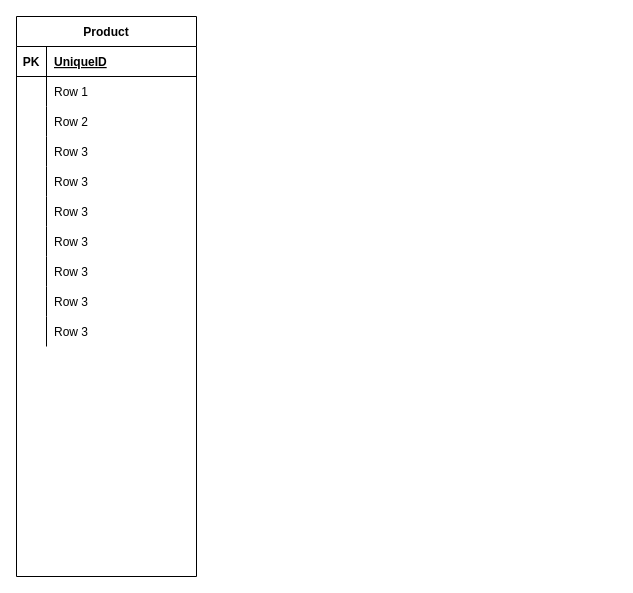
Before: modelededonnee.drawio in LeonardHehlen/pur_beurre_comparateur, a draw.io diagram. Source tidied: cells renumbered, new cells numbered last; positions are measured from the earlier drawing's top-left corner, leaving out a move shared by most shapes. Both pictures are drawn from the tidied source at 100%, with x=0, y=0 at pixel (16, 16).
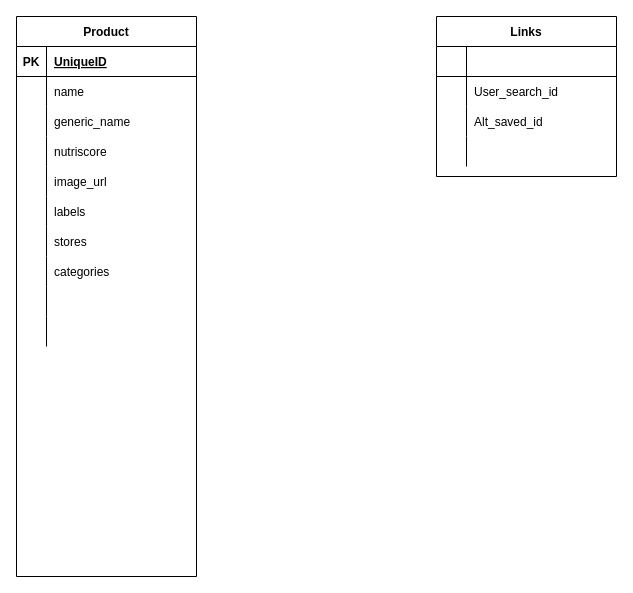
The same diagram, later.

The change refers to these unchanged cells:
```xml
<mxCell id="6" style="shape=partialRectangle;fillColor=none;top=0;left=0;bottom=0;right=0;" parent="2" vertex="1">
  <mxGeometry y="60" width="180" height="30" as="geometry" />
</mxCell>
<mxCell id="9" style="shape=partialRectangle;fillColor=none;top=0;left=0;bottom=0;right=0;" parent="2" vertex="1">
  <mxGeometry y="90" width="180" height="30" as="geometry" />
</mxCell>
<mxCell id="12" style="shape=partialRectangle;fillColor=none;top=0;left=0;bottom=0;right=0;" parent="2" vertex="1">
  <mxGeometry y="120" width="180" height="30" as="geometry" />
</mxCell>
<mxCell id="15" style="shape=partialRectangle;fillColor=none;top=0;left=0;bottom=0;right=0;" parent="2" vertex="1">
  <mxGeometry y="150" width="180" height="30" as="geometry" />
</mxCell>
<mxCell id="18" style="shape=partialRectangle;fillColor=none;top=0;left=0;bottom=0;right=0;" parent="2" vertex="1">
  <mxGeometry y="180" width="180" height="30" as="geometry" />
</mxCell>
<mxCell id="21" style="shape=partialRectangle;fillColor=none;top=0;left=0;bottom=0;right=0;" parent="2" vertex="1">
  <mxGeometry y="210" width="180" height="30" as="geometry" />
</mxCell>
<mxCell id="24" style="shape=partialRectangle;fillColor=none;top=0;left=0;bottom=0;right=0;" parent="2" vertex="1">
  <mxGeometry y="240" width="180" height="30" as="geometry" />
</mxCell>
<mxCell id="27" style="shape=partialRectangle;fillColor=none;top=0;left=0;bottom=0;right=0;" parent="2" vertex="1">
  <mxGeometry y="270" width="180" height="30" as="geometry" />
</mxCell>
<mxCell id="30" style="shape=partialRectangle;fillColor=none;top=0;left=0;bottom=0;right=0;" parent="2" vertex="1">
  <mxGeometry y="300" width="180" height="30" as="geometry" />
</mxCell>
```

The edit, as a diff of the source:
```diff
@@
-    <mxCell id="8" value="Row 1" style="shape=partialRectangle;fillColor=none;top=0;left=0;bottom=0;right=0;align=left;spacingLeft=6;overflow=hidden;" parent="6" vertex="1">
+    <mxCell id="8" value="name" style="shape=partialRectangle;fillColor=none;top=0;left=0;bottom=0;right=0;align=left;spacingLeft=6;overflow=hidden;" parent="6" vertex="1">
       <mxGeometry x="30" width="150" height="30" as="geometry" />
     </mxCell>
@@
-    <mxCell id="11" value="Row 2" style="shape=partialRectangle;fillColor=none;top=0;left=0;bottom=0;right=0;align=left;spacingLeft=6;overflow=hidden;" parent="9" vertex="1">
+    <mxCell id="11" value="generic_name" style="shape=partialRectangle;fillColor=none;top=0;left=0;bottom=0;right=0;align=left;spacingLeft=6;overflow=hidden;" parent="9" vertex="1">
       <mxGeometry x="30" width="150" height="30" as="geometry" />
     </mxCell>
@@
-    <mxCell id="14" value="Row 3" style="shape=partialRectangle;fillColor=none;top=0;left=0;bottom=0;right=0;align=left;spacingLeft=6;overflow=hidden;" parent="12" vertex="1">
+    <mxCell id="14" value="nutriscore" style="shape=partialRectangle;fillColor=none;top=0;left=0;bottom=0;right=0;align=left;spacingLeft=6;overflow=hidden;" parent="12" vertex="1">
       <mxGeometry x="30" width="150" height="30" as="geometry" />
     </mxCell>
@@
-    <mxCell id="17" value="Row 3" style="shape=partialRectangle;fillColor=none;top=0;left=0;bottom=0;right=0;align=left;spacingLeft=6;overflow=hidden;" parent="15" vertex="1">
+    <mxCell id="17" value="image_url" style="shape=partialRectangle;fillColor=none;top=0;left=0;bottom=0;right=0;align=left;spacingLeft=6;overflow=hidden;" parent="15" vertex="1">
       <mxGeometry x="30" width="150" height="30" as="geometry" />
     </mxCell>
@@
-    <mxCell id="20" value="Row 3" style="shape=partialRectangle;fillColor=none;top=0;left=0;bottom=0;right=0;align=left;spacingLeft=6;overflow=hidden;" parent="18" vertex="1">
+    <mxCell id="20" value="labels" style="shape=partialRectangle;fillColor=none;top=0;left=0;bottom=0;right=0;align=left;spacingLeft=6;overflow=hidden;" parent="18" vertex="1">
       <mxGeometry x="30" width="150" height="30" as="geometry" />
     </mxCell>
@@
-    <mxCell id="23" value="Row 3" style="shape=partialRectangle;fillColor=none;top=0;left=0;bottom=0;right=0;align=left;spacingLeft=6;overflow=hidden;" parent="21" vertex="1">
+    <mxCell id="23" value="stores" style="shape=partialRectangle;fillColor=none;top=0;left=0;bottom=0;right=0;align=left;spacingLeft=6;overflow=hidden;" parent="21" vertex="1">
       <mxGeometry x="30" width="150" height="30" as="geometry" />
     </mxCell>
@@
-    <mxCell id="26" value="Row 3" style="shape=partialRectangle;fillColor=none;top=0;left=0;bottom=0;right=0;align=left;spacingLeft=6;overflow=hidden;" parent="24" vertex="1">
+    <mxCell id="26" value="categories" style="shape=partialRectangle;fillColor=none;top=0;left=0;bottom=0;right=0;align=left;spacingLeft=6;overflow=hidden;" parent="24" vertex="1">
       <mxGeometry x="30" width="150" height="30" as="geometry" />
     </mxCell>
@@
-    <mxCell id="29" value="Row 3" style="shape=partialRectangle;fillColor=none;top=0;left=0;bottom=0;right=0;align=left;spacingLeft=6;overflow=hidden;" parent="27" vertex="1">
+    <mxCell id="29" style="shape=partialRectangle;fillColor=none;top=0;left=0;bottom=0;right=0;align=left;spacingLeft=6;overflow=hidden;" parent="27" vertex="1">
       <mxGeometry x="30" width="150" height="30" as="geometry" />
     </mxCell>
@@
-    <mxCell id="32" value="Row 3" style="shape=partialRectangle;fillColor=none;top=0;left=0;bottom=0;right=0;align=left;spacingLeft=6;overflow=hidden;" parent="30" vertex="1">
+    <mxCell id="32" style="shape=partialRectangle;fillColor=none;top=0;left=0;bottom=0;right=0;align=left;spacingLeft=6;overflow=hidden;" parent="30" vertex="1">
       <mxGeometry x="30" width="150" height="30" as="geometry" />
     </mxCell>
+    <mxCell id="33" value="Links" style="shape=table;startSize=30;childLayout=tableLayout;rowLines=0;fontStyle=1;align=center;" parent="1" vertex="1">
+      <mxGeometry x="420" width="180" height="160" as="geometry" />
+    </mxCell>
+    <mxCell id="34" style="shape=partialRectangle;fillColor=none;top=0;left=0;bottom=1;right=0;" parent="33" vertex="1">
+      <mxGeometry y="30" width="180" height="30" as="geometry" />
+    </mxCell>
+    <mxCell id="35" style="shape=partialRectangle;fillColor=none;top=0;left=0;bottom=0;right=0;fontStyle=1;overflow=hidden;" parent="34" vertex="1">
+      <mxGeometry width="30" height="30" as="geometry" />
+    </mxCell>
+    <mxCell id="36" style="shape=partialRectangle;fillColor=none;top=0;left=0;bottom=0;right=0;align=left;spacingLeft=6;fontStyle=5;overflow=hidden;" parent="34" vertex="1">
+      <mxGeometry x="30" width="150" height="30" as="geometry" />
+    </mxCell>
+    <mxCell id="37" style="shape=partialRectangle;fillColor=none;top=0;left=0;bottom=0;right=0;" parent="33" vertex="1">
+      <mxGeometry y="60" width="180" height="30" as="geometry" />
+    </mxCell>
+    <mxCell id="38" style="shape=partialRectangle;fillColor=none;top=0;left=0;bottom=0;right=0;overflow=hidden;" parent="37" vertex="1">
+      <mxGeometry width="30" height="30" as="geometry" />
+    </mxCell>
+    <mxCell id="39" value="User_search_id" style="shape=partialRectangle;fillColor=none;top=0;left=0;bottom=0;right=0;align=left;spacingLeft=6;overflow=hidden;" parent="37" vertex="1">
+      <mxGeometry x="30" width="150" height="30" as="geometry" />
+    </mxCell>
+    <mxCell id="40" style="shape=partialRectangle;fillColor=none;top=0;left=0;bottom=0;right=0;" parent="33" vertex="1">
+      <mxGeometry y="90" width="180" height="30" as="geometry" />
+    </mxCell>
+    <mxCell id="41" style="shape=partialRectangle;fillColor=none;top=0;left=0;bottom=0;right=0;overflow=hidden;" parent="40" vertex="1">
+      <mxGeometry width="30" height="30" as="geometry" />
+    </mxCell>
+    <mxCell id="42" value="Alt_saved_id" style="shape=partialRectangle;fillColor=none;top=0;left=0;bottom=0;right=0;align=left;spacingLeft=6;overflow=hidden;" parent="40" vertex="1">
+      <mxGeometry x="30" width="150" height="30" as="geometry" />
+    </mxCell>
+    <mxCell id="43" style="shape=partialRectangle;fillColor=none;top=0;left=0;bottom=0;right=0;" parent="33" vertex="1">
+      <mxGeometry y="120" width="180" height="30" as="geometry" />
+    </mxCell>
+    <mxCell id="44" style="shape=partialRectangle;fillColor=none;top=0;left=0;bottom=0;right=0;overflow=hidden;" parent="43" vertex="1">
+      <mxGeometry width="30" height="30" as="geometry" />
+    </mxCell>
+    <mxCell id="45" style="shape=partialRectangle;fillColor=none;top=0;left=0;bottom=0;right=0;align=left;spacingLeft=6;overflow=hidden;" parent="43" vertex="1">
+      <mxGeometry x="30" width="150" height="30" as="geometry" />
+    </mxCell>
```
